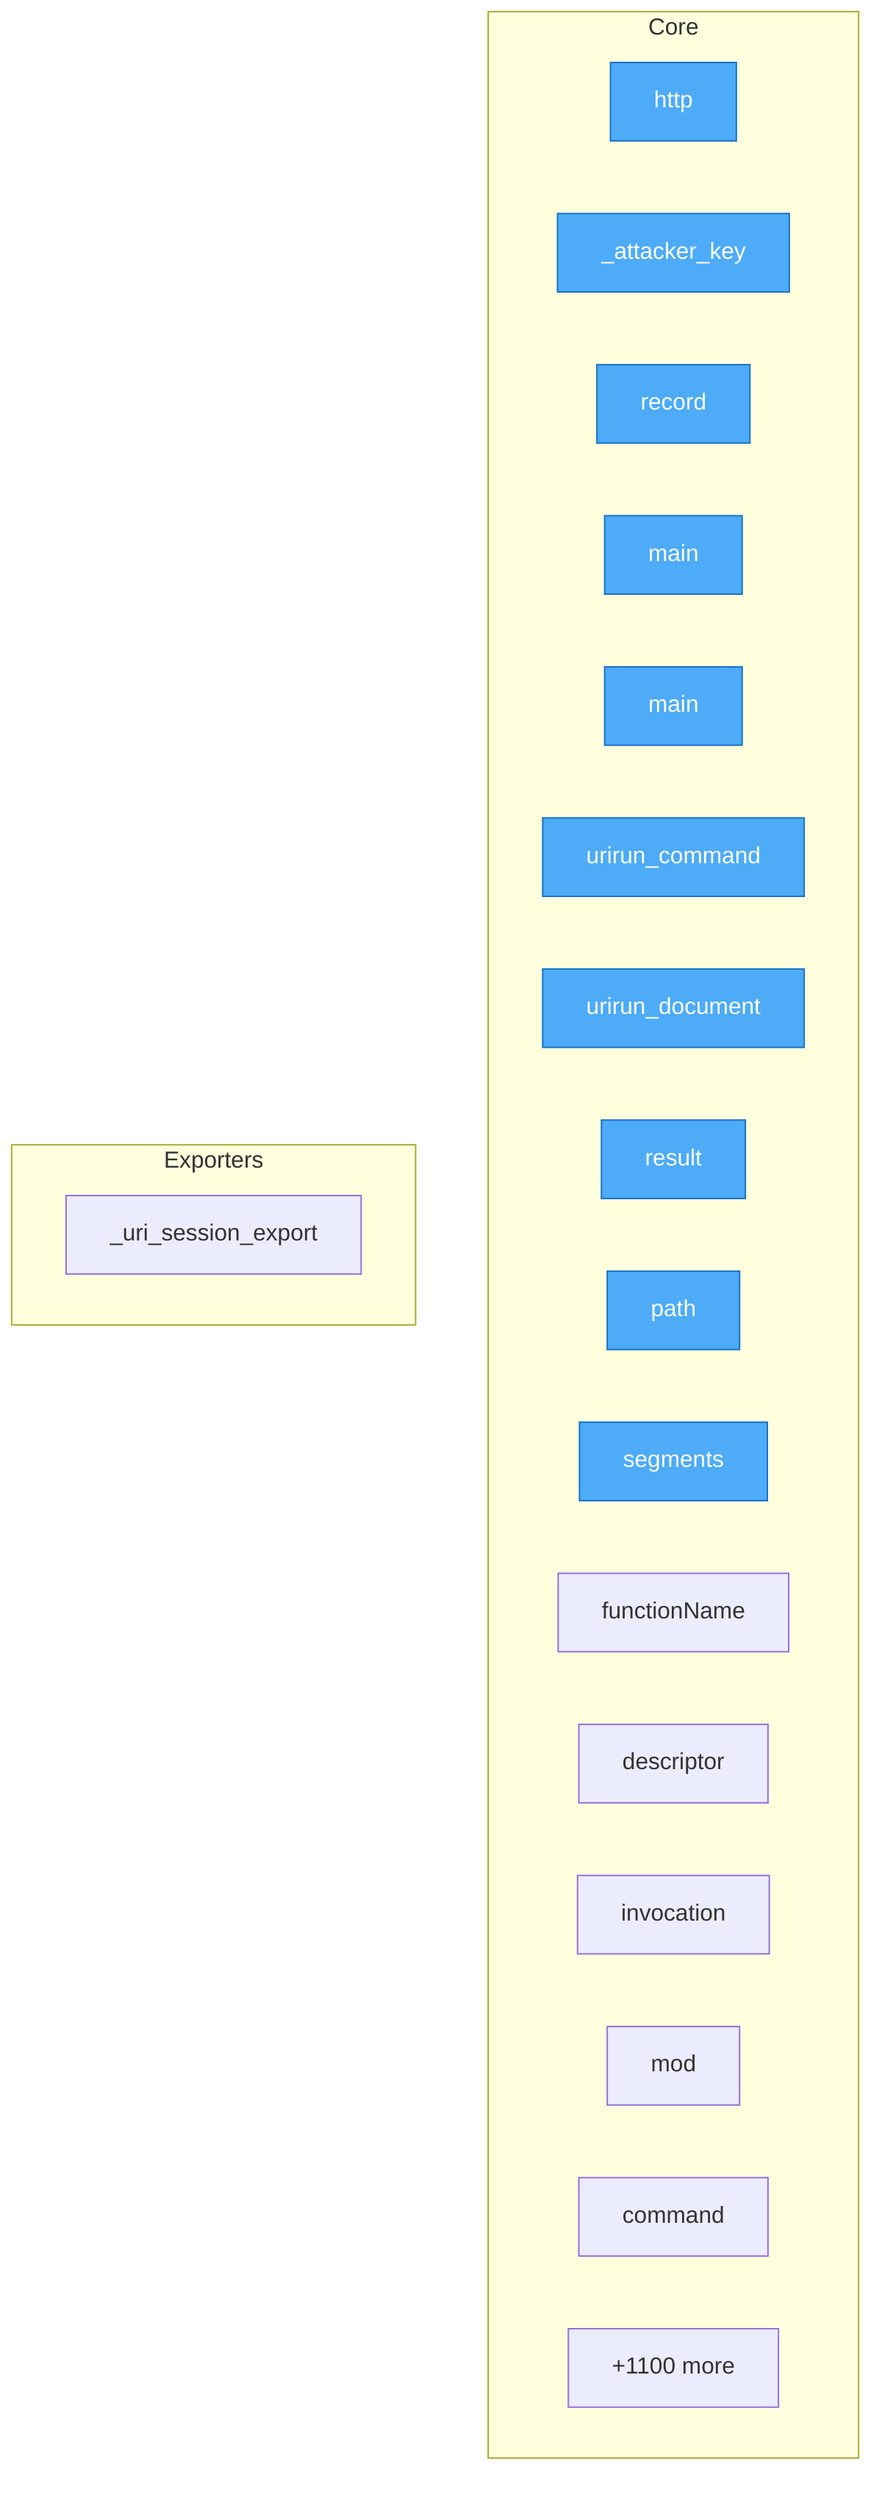
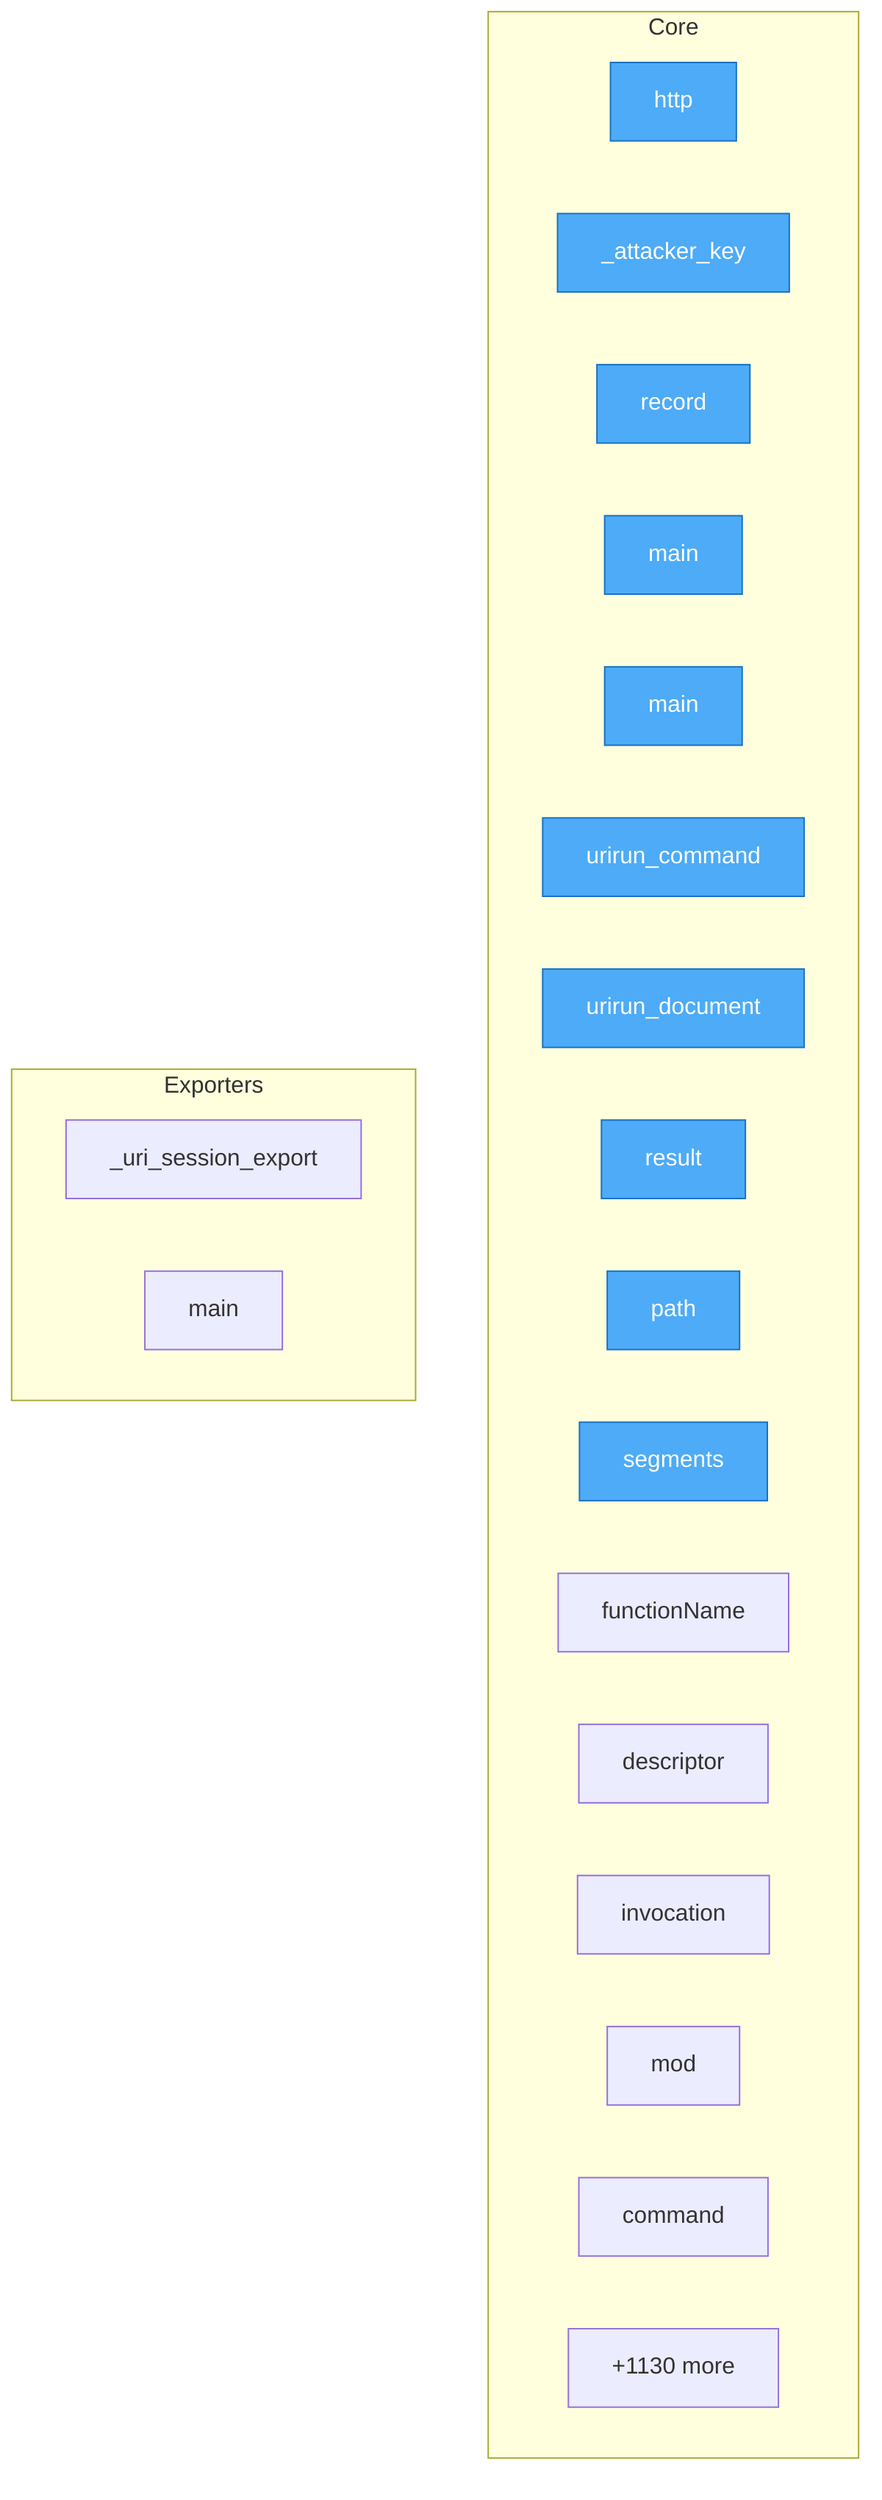
flowchart TD
- %% generated in 0.19s
+ %% generated in 0.16s

    %% Entry points (blue)
    classDef entry fill:#4dabf7,stroke:#1971c2,color:#fff

    subgraph Core
        security__mesh_probe__probe__http["http"]
        security__mesh_probe__probe___attacker_key["_attacker_key"]
        security__mesh_probe__probe__record["record"]
        adapters__conformance__main["main"]
        adapters__new_connector__main["main"]
        adapters__bash__urirun__urirun_command["urirun_command"]
        adapters__bash__urirun__urirun_document["urirun_document"]
        adapters__js__index__test__result["result"]
        adapters__js__path["path"]
        adapters__js__segments["segments"]
        adapters__js__functionName["functionName"]
        adapters__js__descriptor["descriptor"]
        adapters__js__invocation["invocation"]
        adapters__js__mod["mod"]
        adapters__java__Urirun__Urirun__command["command"]
-         ...["+1100 more"]
+         ...["+1130 more"]
    end

    subgraph Exporters
        adapters__python__urirun__node__skill___uri_session_export["_uri_session_export"]
+         adapters__python__urirun_connectors_toolkit__contract_export__main["main"]
    end

    class security__mesh_probe__probe__http,security__mesh_probe__probe___attacker_key,security__mesh_probe__probe__record,adapters__conformance__main,adapters__new_connector__main,adapters__bash__urirun__urirun_command,adapters__bash__urirun__urirun_document,adapters__js__index__test__result,adapters__js__path,adapters__js__segments entry
